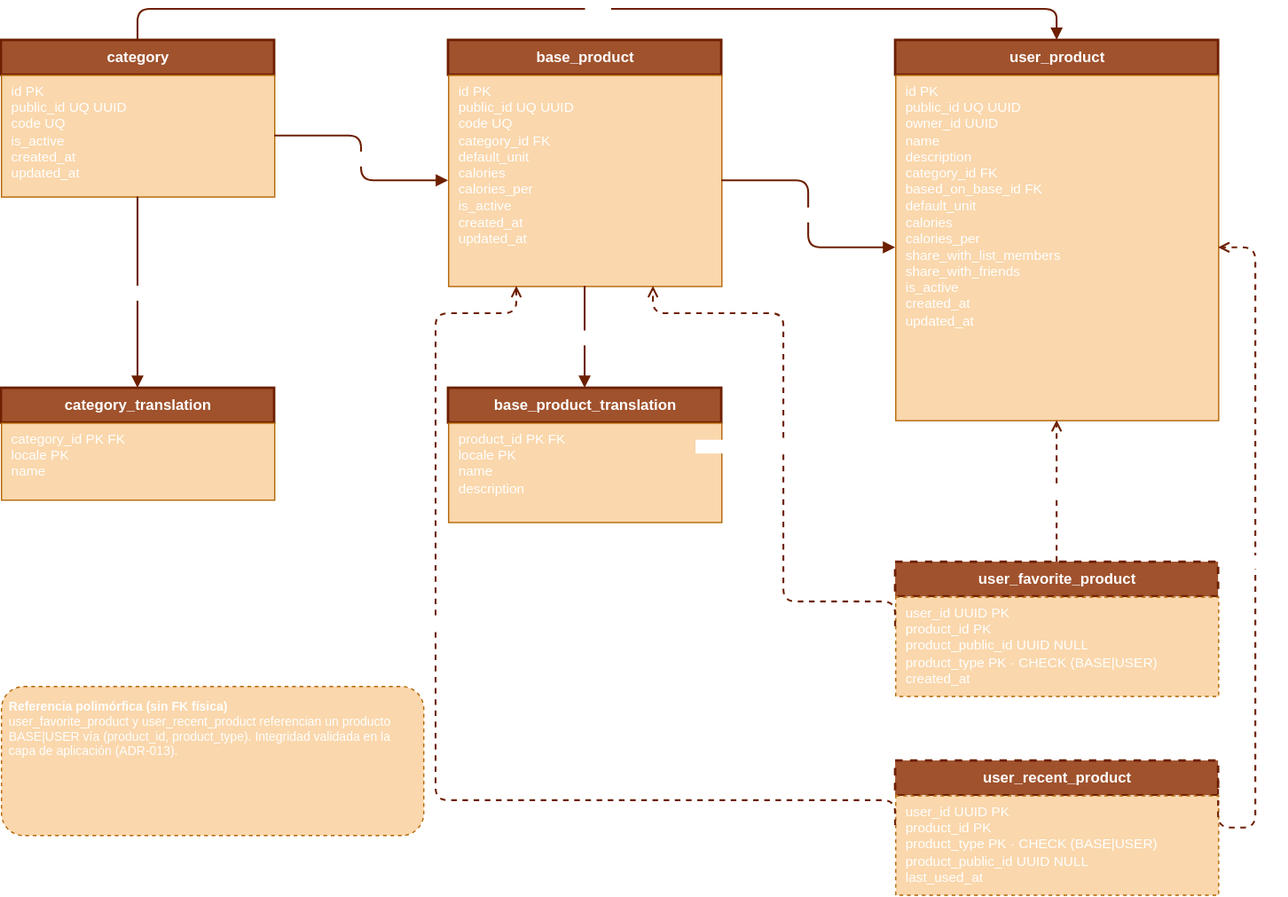
This is services/product-service/docs/img/er-diagram.svg from ivborrezo/shopping-list, a draw.io export, as it was before one commit. Source tidied: cells renumbered, new cells last; positions are measured from the earlier drawing's top-left corner, leaving out a move shared by most shapes.
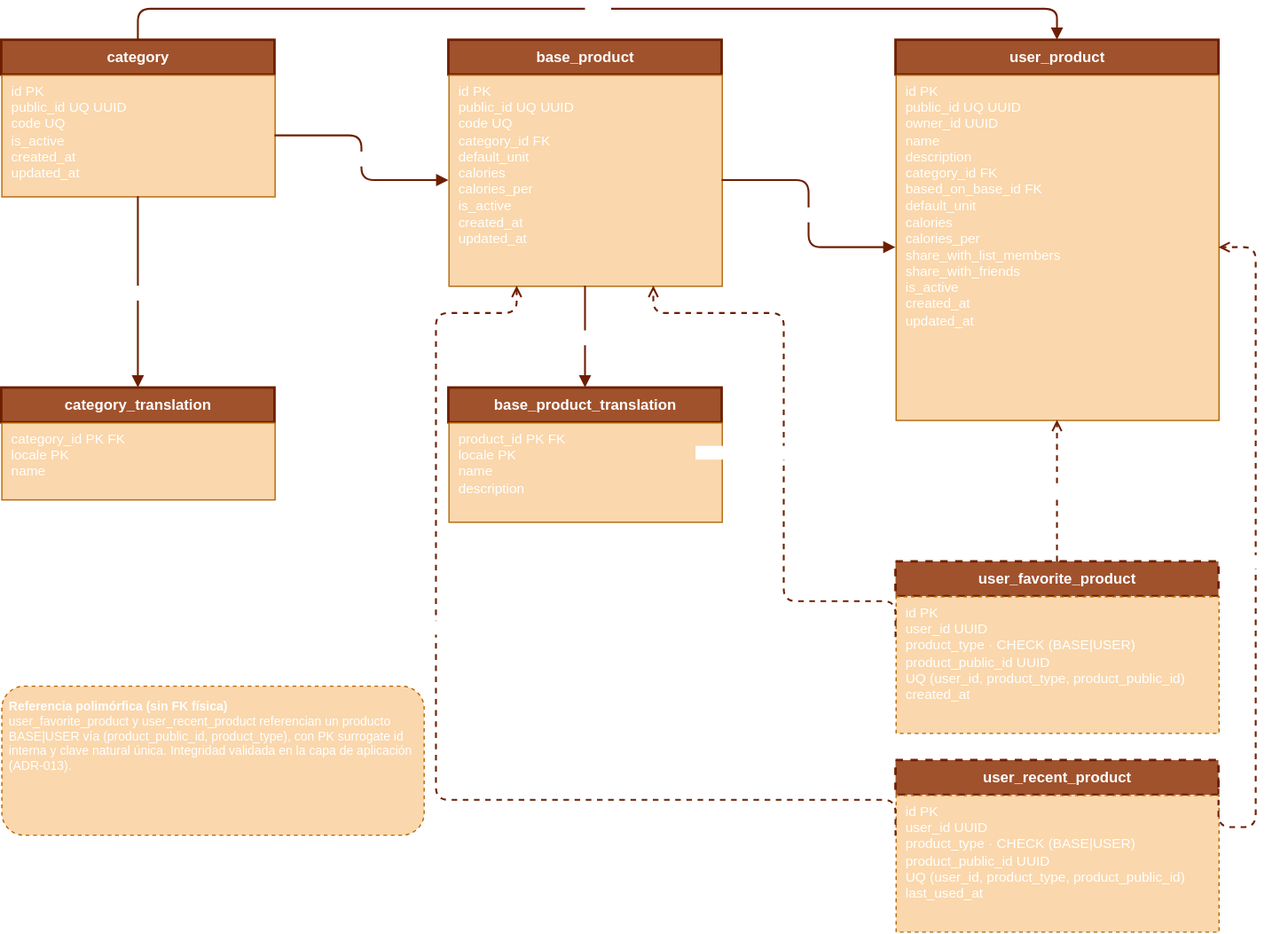
The same diagram one commit later.

Commit message:
docs(product-service): actualizar diagrama ER con product_public_id

Actualiza el diagrama ER de user_favorite_product y user_recent_product al
esquema final: PK surrogate id, product_public_id UUID no nulo y clave
natural UNIQUE (user_id, product_type, product_public_id). La nota de
referencia polimorfica pasa a (product_public_id, product_type).

The edit, as a diff of the source:
```diff
@@ -35,16 +35,16 @@
     <mxCell id="12" value="user_favorite_product" style="rounded=0;whiteSpace=wrap;html=1;dashed=1;fillColor=#a0522d;strokeColor=#6D1F00;strokeWidth=2;fontColor=light-dark(#FFFFFF,#121212);fontSize=12;fontStyle=1;align=center;" parent="1" vertex="1">
       <mxGeometry x="720" y="445" width="260" height="28" as="geometry" />
     </mxCell>
-    <mxCell id="13" value="user_id UUID PK&lt;br&gt;&lt;div&gt;product_id PK&lt;/div&gt;&lt;div&gt;product_public_id UUID NULL&lt;/div&gt;product_type PK · CHECK (BASE|USER)&lt;br&gt;created_at" style="rounded=0;whiteSpace=wrap;html=1;dashed=1;fillColor=light-dark(#FAD7AC,#FFF2CC);strokeWidth=1;fontSize=11;align=left;spacingLeft=6;verticalAlign=top;strokeColor=#b46504;fontColor=light-dark(#FFFFFF,#121212);" parent="1" vertex="1">
-      <mxGeometry x="720" y="473" width="260" height="80" as="geometry" />
+    <mxCell id="13" value="&lt;div&gt;id PK&lt;/div&gt;user_id UUID&lt;br&gt;product_type · CHECK (BASE|USER)&lt;br&gt;product_public_id UUID&lt;br&gt;UQ (user_id, product_type, product_public_id)&lt;br&gt;created_at" style="rounded=0;whiteSpace=wrap;html=1;dashed=1;fillColor=light-dark(#FAD7AC,#FFF2CC);strokeWidth=1;fontSize=11;align=left;spacingLeft=6;verticalAlign=top;strokeColor=#b46504;fontColor=light-dark(#FFFFFF,#121212);" parent="1" vertex="1">
+      <mxGeometry x="720" y="473" width="260" height="110" as="geometry" />
     </mxCell>
     <mxCell id="14" value="user_recent_product" style="rounded=0;whiteSpace=wrap;html=1;dashed=1;fillColor=#a0522d;strokeColor=#6D1F00;strokeWidth=2;fontColor=light-dark(#FFFFFF,#121212);fontSize=12;fontStyle=1;align=center;" parent="1" vertex="1">
       <mxGeometry x="720" y="605" width="260" height="28" as="geometry" />
     </mxCell>
-    <mxCell id="15" value="user_id UUID PK&lt;br&gt;&lt;div&gt;product_id PK&lt;/div&gt;&lt;div&gt;product_type PK · CHECK (BASE|USER)&lt;/div&gt;&lt;div&gt;product_public_id UUID NULL&lt;/div&gt;last_used_at" style="rounded=0;whiteSpace=wrap;html=1;dashed=1;fillColor=light-dark(#FAD7AC,#FFF2CC);strokeWidth=1;fontSize=11;align=left;spacingLeft=6;verticalAlign=top;strokeColor=#b46504;fontColor=light-dark(#FFFFFF,#121212);" parent="1" vertex="1">
-      <mxGeometry x="720" y="633" width="260" height="80" as="geometry" />
+    <mxCell id="15" value="&lt;div&gt;id PK&lt;/div&gt;user_id UUID&lt;br&gt;product_type · CHECK (BASE|USER)&lt;br&gt;product_public_id UUID&lt;br&gt;UQ (user_id, product_type, product_public_id)&lt;br&gt;last_used_at" style="rounded=0;whiteSpace=wrap;html=1;dashed=1;fillColor=light-dark(#FAD7AC,#FFF2CC);strokeWidth=1;fontSize=11;align=left;spacingLeft=6;verticalAlign=top;strokeColor=#b46504;fontColor=light-dark(#FFFFFF,#121212);" parent="1" vertex="1">
+      <mxGeometry x="720" y="633" width="260" height="110" as="geometry" />
     </mxCell>
-    <mxCell id="16" value="&lt;b&gt;Referencia polimórfica (sin FK física)&lt;/b&gt;&lt;br&gt;user_favorite_product y user_recent_product referencian un producto BASE|USER vía (product_id, product_type). Integridad validada en la capa de aplicación (ADR-013)." style="rounded=1;whiteSpace=wrap;html=1;dashed=1;fillColor=light-dark(#FAD7AC,#FFF2CC);strokeWidth=1;fontSize=10;align=left;verticalAlign=top;spacing=6;strokeColor=#b46504;fontColor=light-dark(#FFFFFF,#121212);" parent="1" vertex="1">
+    <mxCell id="16" value="&lt;b&gt;Referencia polimórfica (sin FK física)&lt;/b&gt;&lt;br&gt;user_favorite_product y user_recent_product referencian un producto BASE|USER vía (product_public_id, product_type), con PK surrogate id interna y clave natural única. Integridad validada en la capa de aplicación (ADR-013)." style="rounded=1;whiteSpace=wrap;html=1;dashed=1;fillColor=light-dark(#FAD7AC,#FFF2CC);strokeWidth=1;fontSize=10;align=left;verticalAlign=top;spacing=6;strokeColor=#b46504;fontColor=light-dark(#FFFFFF,#121212);" parent="1" vertex="1">
       <mxGeometry y="545" width="340" height="120" as="geometry" />
     </mxCell>
     <mxCell id="17" value="1 : N · ON DELETE CASCADE" style="edgeStyle=orthogonalEdgeStyle;rounded=1;html=1;strokeColor=#6D1F00;strokeWidth=1.5;fontColor=light-dark(#FFFFFF,#FFF2CC);fontSize=10;endArrow=block;endFill=1;exitX=0.5;exitY=1;exitDx=0;exitDy=0;entryX=0.5;entryY=0;entryDx=0;entryDy=0;fillColor=#a0522d;" parent="1" edge="1" source="3" target="4">
```
